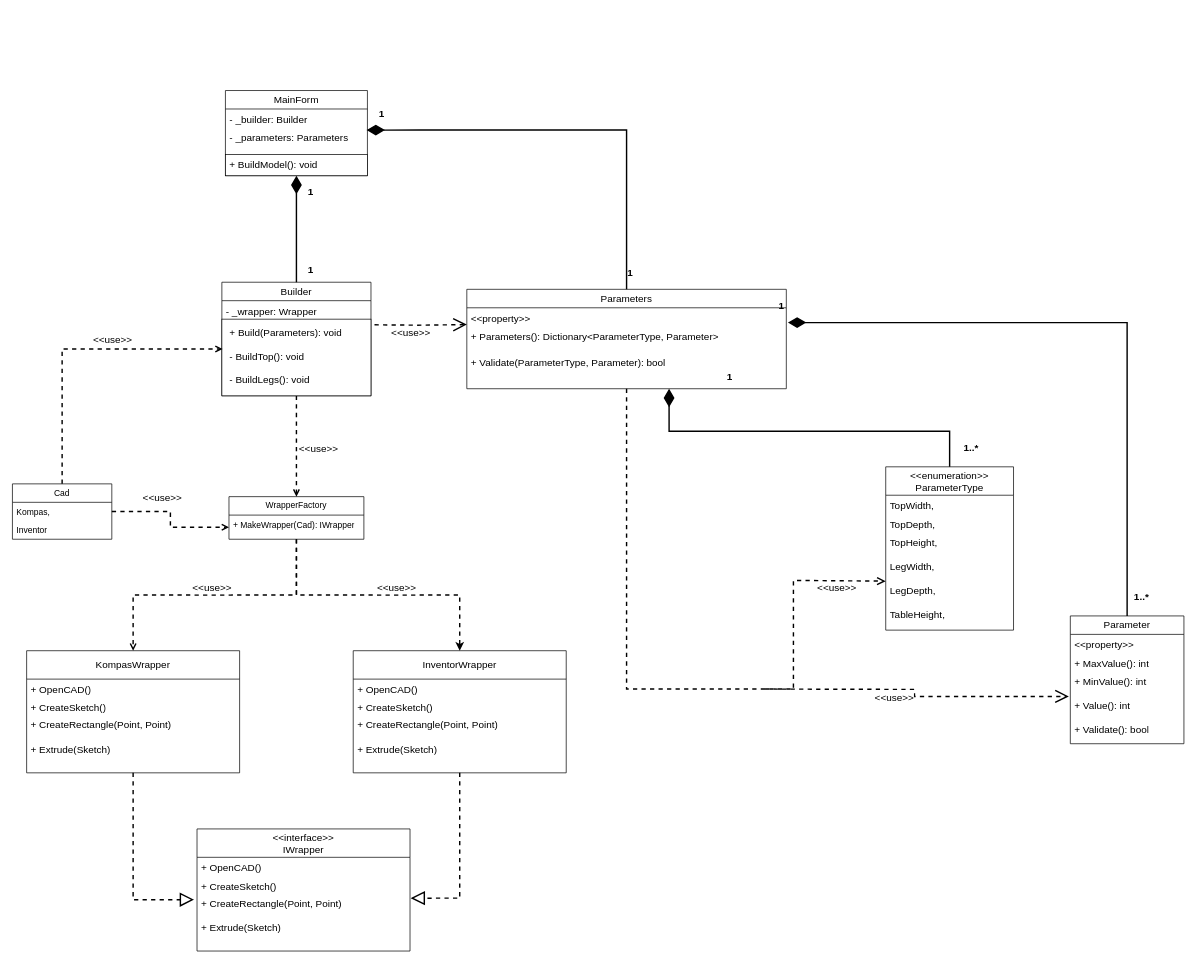
isaacparson/kompas_table_plugin keeps this draw.io diagram as docs/ПС_ДК.drawio. Above is the earlier version. Source tidied: cells renumbered, new cells numbered last; positions are measured from the earlier drawing's top-left corner, leaving out a move shared by most shapes. Both pictures are drawn from the tidied source at 71%, with x=0, y=0 at pixel (12, 90).
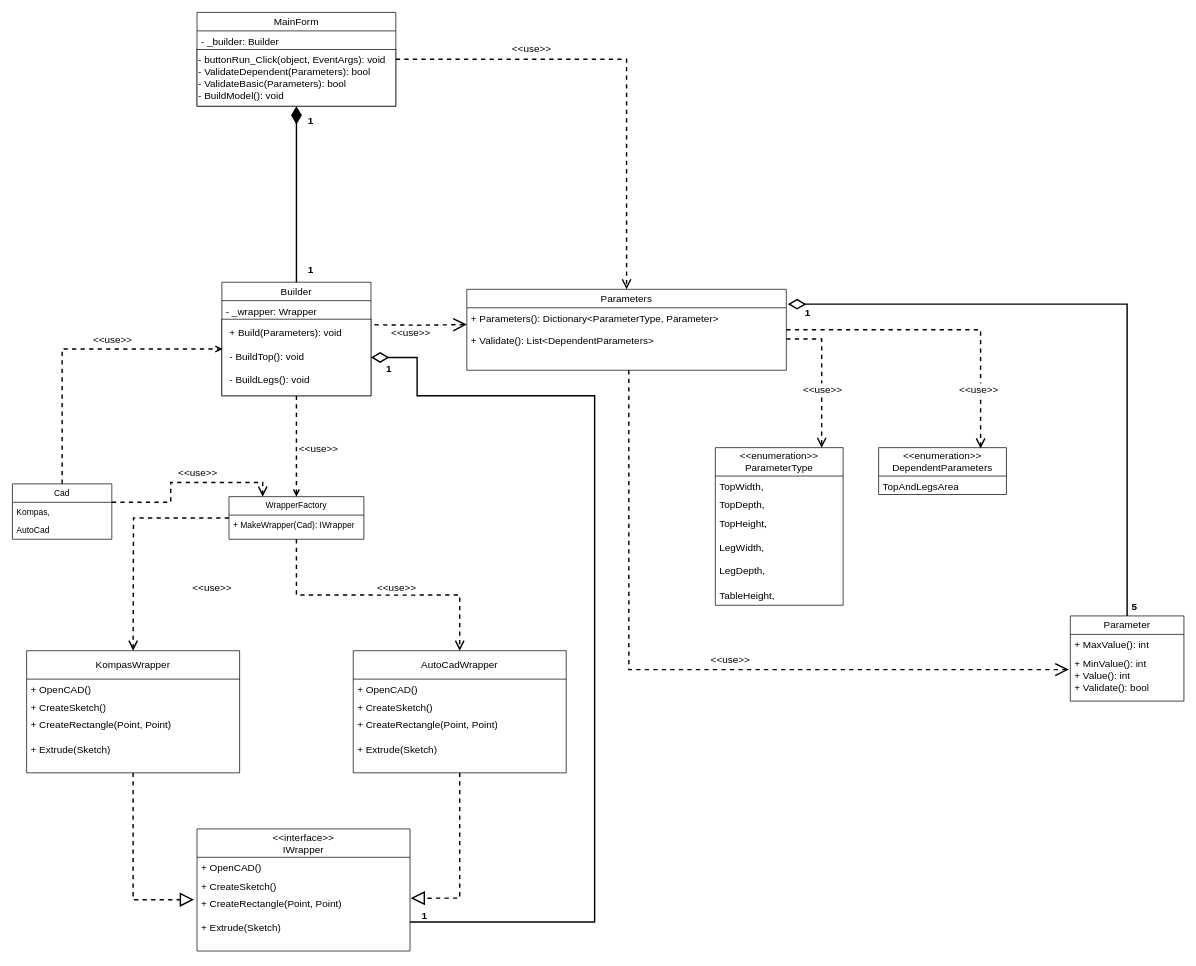
Above is the later version.

The change refers to these unchanged cells:
```xml
<mxCell id="26" style="html=1;whiteSpace=wrap;" parent="24" vertex="1">
  <mxGeometry y="52" width="210" height="108" as="geometry" />
</mxCell>
<mxCell id="34" value="+ CreateRectangle(Point, Point)&lt;div&gt;&lt;br&gt;&lt;/div&gt;&lt;div&gt;+ Extrude(Sketch)&lt;/div&gt;" style="text;strokeColor=none;fillColor=none;align=left;verticalAlign=top;spacingLeft=4;spacingRight=4;overflow=hidden;points=[[0,0.5],[1,0.5]];portConstraint=eastwest;whiteSpace=wrap;html=1;fontSize=14;" parent="31" vertex="1">
  <mxGeometry y="90" width="300" height="82" as="geometry" />
</mxCell>
<mxCell id="45" value="KompasWrapper" style="swimlane;fontStyle=0;horizontal=1;startSize=40;fillColor=none;whiteSpace=wrap;html=1;fontSize=14;" parent="1" vertex="1">
  <mxGeometry x="20" y="789" width="300" height="172" as="geometry" />
</mxCell>
<mxCell id="57" value="WrapperFactory" style="swimlane;fontStyle=0;horizontal=1;startSize=26;fillColor=none;whiteSpace=wrap;html=1;" parent="1" vertex="1">
  <mxGeometry x="305" y="572" width="190" height="60" as="geometry" />
</mxCell>
<mxCell id="58" value="+ MakeWrapper(Cad): IWrapper" style="text;strokeColor=none;fillColor=none;align=left;verticalAlign=top;spacingLeft=4;spacingRight=4;overflow=hidden;points=[[0,0.5],[1,0.5]];portConstraint=eastwest;whiteSpace=wrap;html=1;" parent="57" vertex="1">
  <mxGeometry y="26" width="190" height="34" as="geometry" />
</mxCell>
<mxCell id="59" value="Cad" style="swimlane;fontStyle=0;horizontal=1;startSize=26;fillColor=none;whiteSpace=wrap;html=1;" parent="1" vertex="1">
  <mxGeometry y="554" width="140" height="78" as="geometry" />
</mxCell>
<mxCell id="60" value="Kompas," style="text;strokeColor=none;fillColor=none;align=left;verticalAlign=top;spacingLeft=4;spacingRight=4;overflow=hidden;points=[[0,0.5],[1,0.5]];portConstraint=eastwest;whiteSpace=wrap;html=1;" parent="59" vertex="1">
  <mxGeometry y="26" width="140" height="26" as="geometry" />
</mxCell>
```

Diff of the diagram source:
```diff
@@
     <mxCell id="2" value="&amp;lt;&amp;lt;enumeration&amp;gt;&amp;gt;&lt;div style=&quot;font-size: 14px;&quot;&gt;ParameterType&lt;/div&gt;" style="swimlane;fontStyle=0;horizontal=1;startSize=40;fillColor=none;whiteSpace=wrap;html=1;labelBackgroundColor=none;fontSize=14;" parent="1" vertex="1">
-      <mxGeometry x="1230" y="530" width="180" height="230" as="geometry" />
+      <mxGeometry x="990" y="503" width="180" height="222" as="geometry" />
     </mxCell>
@@
     <mxCell id="5" value="&lt;div style=&quot;font-size: 14px;&quot;&gt;&lt;span style=&quot;background-color: initial; font-size: 14px;&quot;&gt;TopHeight,&lt;/span&gt;&lt;br style=&quot;font-size: 14px;&quot;&gt;&lt;/div&gt;&lt;div style=&quot;font-size: 14px;&quot;&gt;&lt;span style=&quot;background-color: initial; font-size: 14px;&quot;&gt;&lt;br style=&quot;font-size: 14px;&quot;&gt;&lt;/span&gt;&lt;/div&gt;&lt;div style=&quot;font-size: 14px;&quot;&gt;LegWidth,&lt;div style=&quot;font-size: 14px;&quot;&gt;&lt;br style=&quot;font-size: 14px;&quot;&gt;&lt;/div&gt;&lt;div style=&quot;font-size: 14px;&quot;&gt;LegDepth,&lt;/div&gt;&lt;/div&gt;&lt;div style=&quot;font-size: 14px;&quot;&gt;&lt;br style=&quot;font-size: 14px;&quot;&gt;&lt;/div&gt;&lt;div style=&quot;font-size: 14px;&quot;&gt;TableHeight,&lt;/div&gt;" style="text;strokeColor=none;fillColor=none;align=left;verticalAlign=top;spacingLeft=4;spacingRight=4;overflow=hidden;points=[[0,0.5],[1,0.5]];portConstraint=eastwest;whiteSpace=wrap;html=1;fontSize=14;" parent="2" vertex="1">
-      <mxGeometry y="92" width="180" height="138" as="geometry" />
+      <mxGeometry y="92" width="180" height="130" as="geometry" />
     </mxCell>
     <mxCell id="6" value="Parameter" style="swimlane;fontStyle=0;horizontal=1;startSize=26;fillColor=none;whiteSpace=wrap;html=1;fontSize=14;" parent="1" vertex="1">
-      <mxGeometry x="1490" y="740" width="160" height="180" as="geometry" />
+      <mxGeometry x="1490" y="740" width="160" height="120" as="geometry" />
     </mxCell>
-    <mxCell id="7" value="&amp;lt;&amp;lt;property&amp;gt;&amp;gt;" style="text;strokeColor=none;fillColor=none;align=left;verticalAlign=top;spacingLeft=4;spacingRight=4;overflow=hidden;whiteSpace=wrap;html=1;fontSize=14;" parent="6" vertex="1">
-      <mxGeometry y="26" width="160" height="26" as="geometry" />
-    </mxCell>
     <mxCell id="8" value="+ MaxValue(): int" style="text;strokeColor=none;fillColor=none;align=left;verticalAlign=top;spacingLeft=4;spacingRight=4;overflow=hidden;whiteSpace=wrap;html=1;fontSize=14;" parent="6" vertex="1">
-      <mxGeometry y="52" width="160" height="26" as="geometry" />
+      <mxGeometry y="26" width="160" height="26" as="geometry" />
     </mxCell>
-    <mxCell id="9" value="+ MinValue(): int&lt;div&gt;&lt;br&gt;&lt;/div&gt;&lt;div&gt;+ Value(): int&lt;/div&gt;&lt;div&gt;&lt;br&gt;&lt;/div&gt;&lt;div&gt;+ Validate(): bool&lt;/div&gt;" style="text;strokeColor=none;fillColor=none;align=left;verticalAlign=top;spacingLeft=4;spacingRight=4;overflow=hidden;points=[[0,0.5],[1,0.5]];portConstraint=eastwest;whiteSpace=wrap;html=1;fontSize=14;" parent="6" vertex="1">
-      <mxGeometry y="78" width="160" height="102" as="geometry" />
+    <mxCell id="9" value="+ MinValue(): int&lt;div&gt;+ Value(): int&lt;/div&gt;&lt;div&gt;+ Validate(): bool&lt;/div&gt;" style="text;strokeColor=none;fillColor=none;align=left;verticalAlign=top;spacingLeft=4;spacingRight=4;overflow=hidden;points=[[0,0.5],[1,0.5]];portConstraint=eastwest;whiteSpace=wrap;html=1;fontSize=14;" parent="6" vertex="1">
+      <mxGeometry y="52" width="160" height="68" as="geometry" />
     </mxCell>
-    <mxCell id="10" style="edgeStyle=orthogonalEdgeStyle;rounded=0;jettySize=auto;html=1;entryX=-0.013;entryY=0.347;entryDx=0;entryDy=0;entryPerimeter=0;fontSize=14;strokeWidth=2;dashed=1;endArrow=open;endFill=0;endSize=15;" parent="1" edge="1" target="9">
-      <mxGeometry relative="1" as="geometry">
-        <mxPoint x="1060" y="843" as="sourcePoint" />
-      </mxGeometry>
+    <mxCell id="10" style="edgeStyle=orthogonalEdgeStyle;rounded=0;jettySize=auto;html=1;entryX=-0.013;entryY=0.347;entryDx=0;entryDy=0;entryPerimeter=0;fontSize=14;strokeWidth=2;dashed=1;endArrow=open;endFill=0;endSize=15;exitX=0.507;exitY=1;exitDx=0;exitDy=0;exitPerimeter=0;" parent="1" edge="1" source="16" target="9">
+      <mxGeometry relative="1" as="geometry" />
     </mxCell>
     <mxCell id="11" value="&amp;lt;&amp;lt;use&amp;gt;&amp;gt;" style="edgeLabel;html=1;align=center;verticalAlign=middle;fontSize=14;" parent="10" vertex="1">
       <mxGeometry x="-0.27" y="-1" relative="1" as="geometry">
-        <mxPoint x="22" y="10" as="offset" />
+        <mxPoint x="143" y="27" as="offset" />
       </mxGeometry>
     </mxCell>
-    <mxCell id="12" style="edgeStyle=orthogonalEdgeStyle;rounded=0;jettySize=auto;html=1;entryX=0;entryY=0.5;entryDx=0;entryDy=0;endArrow=open;endFill=0;strokeWidth=2;dashed=1;endSize=8;startSize=6;" parent="1" edge="1" source="16" target="5">
-      <mxGeometry relative="1" as="geometry">
-        <Array as="points">
-          <mxPoint x="865" y="843" />
-          <mxPoint x="1100" y="843" />
-          <mxPoint x="1100" y="690" />
-          <mxPoint x="1230" y="690" />
-        </Array>
-      </mxGeometry>
-    </mxCell>
-    <mxCell id="13" value="&amp;lt;&amp;lt;use&amp;gt;&amp;gt;" style="edgeLabel;html=1;align=center;verticalAlign=middle;fontSize=14;" parent="1" vertex="1">
-      <mxGeometry x="1160" y="700" as="geometry" />
-    </mxCell>
     <mxCell id="14" value="Parameters" style="swimlane;fontStyle=0;horizontal=1;startSize=26;fillColor=none;whiteSpace=wrap;html=1;fontSize=14;" parent="1" vertex="1">
-      <mxGeometry x="640" y="280" width="450" height="140" as="geometry" />
+      <mxGeometry x="640" y="280" width="450" height="114" as="geometry" />
     </mxCell>
-    <mxCell id="15" value="&amp;lt;&amp;lt;property&amp;gt;&amp;gt;" style="text;strokeColor=none;fillColor=none;align=left;verticalAlign=top;spacingLeft=4;spacingRight=4;overflow=hidden;whiteSpace=wrap;html=1;fontSize=14;" parent="14" vertex="1">
-      <mxGeometry y="26" width="450" height="26" as="geometry" />
-    </mxCell>
     <mxCell id="16" value="+ Parameters(): Dictionary&amp;lt;ParameterType, Parameter&amp;gt;" style="text;strokeColor=none;fillColor=none;align=left;verticalAlign=top;spacingLeft=4;spacingRight=4;overflow=hidden;points=[[0,0.5],[1,0.5]];portConstraint=eastwest;whiteSpace=wrap;html=1;fontSize=14;" parent="14" vertex="1">
-      <mxGeometry y="52" width="450" height="88" as="geometry" />
+      <mxGeometry y="26" width="450" height="88" as="geometry" />
     </mxCell>
-    <mxCell id="17" style="edgeStyle=orthogonalEdgeStyle;rounded=0;jettySize=auto;html=1;entryX=0.633;entryY=1;entryDx=0;entryDy=0;entryPerimeter=0;endArrow=diamondThin;endFill=1;endSize=20;strokeWidth=2;" parent="1" edge="1" source="2" target="16">
-      <mxGeometry relative="1" as="geometry" />
-    </mxCell>
-    <mxCell id="18" style="edgeStyle=orthogonalEdgeStyle;rounded=0;jettySize=auto;html=1;entryX=1.005;entryY=-0.058;entryDx=0;entryDy=0;entryPerimeter=0;strokeWidth=2;endArrow=diamondThin;endFill=1;endSize=20;" parent="1" edge="1" source="6" target="16">
+    <mxCell id="18" style="edgeStyle=orthogonalEdgeStyle;rounded=0;jettySize=auto;html=1;entryX=1.005;entryY=-0.058;entryDx=0;entryDy=0;entryPerimeter=0;strokeWidth=2;endArrow=diamondThin;endFill=0;endSize=20;" parent="1" edge="1" source="6" target="16">
       <mxGeometry relative="1" as="geometry" />
     </mxCell>
-    <mxCell id="19" value="1..*" style="text;align=center;fontStyle=1;verticalAlign=middle;spacingLeft=3;spacingRight=3;strokeColor=none;html=1;fontSize=14;" parent="1" vertex="1">
-      <mxGeometry x="1550" y="700" width="80" height="26" as="geometry" />
+    <mxCell id="19" value="5" style="text;align=center;fontStyle=1;verticalAlign=middle;spacingLeft=3;spacingRight=3;strokeColor=none;html=1;fontSize=14;" parent="1" vertex="1">
+      <mxGeometry x="1540" y="714" width="80" height="26" as="geometry" />
     </mxCell>
     <mxCell id="20" value="1" style="text;align=center;fontStyle=1;verticalAlign=middle;spacingLeft=3;spacingRight=3;strokeColor=none;html=1;fontSize=14;" parent="1" vertex="1">
-      <mxGeometry x="1043" y="290" width="80" height="26" as="geometry" />
+      <mxGeometry x="1080" y="300" width="80" height="26" as="geometry" />
     </mxCell>
-    <mxCell id="21" value="1..*" style="text;align=center;fontStyle=1;verticalAlign=middle;spacingLeft=3;spacingRight=3;strokeColor=none;html=1;fontSize=14;" parent="1" vertex="1">
-      <mxGeometry x="1310" y="490" width="80" height="26" as="geometry" />
-    </mxCell>
-    <mxCell id="22" value="1" style="text;align=center;fontStyle=1;verticalAlign=middle;spacingLeft=3;spacingRight=3;strokeColor=none;html=1;fontSize=14;" parent="1" vertex="1">
-      <mxGeometry x="970" y="390" width="80" height="26" as="geometry" />
-    </mxCell>
@@
-    <mxCell id="30" style="edgeStyle=orthogonalEdgeStyle;rounded=0;jettySize=auto;html=1;entryX=0.994;entryY=0.098;entryDx=0;entryDy=0;entryPerimeter=0;strokeWidth=2;endArrow=diamondThin;endFill=1;endSize=20;" parent="1" edge="1" source="14" target="38">
-      <mxGeometry relative="1" as="geometry" />
-    </mxCell>
@@
+    <mxCell id="69" style="edgeStyle=orthogonalEdgeStyle;rounded=0;jettySize=auto;html=1;entryX=1;entryY=0.5;entryDx=0;entryDy=0;exitX=1;exitY=0.5;exitDx=0;exitDy=0;startArrow=diamondThin;startFill=0;endArrow=none;endFill=0;endSize=11;targetPerimeterSpacing=0;strokeWidth=2;sourcePerimeterSpacing=0;startSize=20;" parent="1" edge="1" source="26" target="34">
+      <mxGeometry relative="1" as="geometry">
+        <Array as="points">
+          <mxPoint x="570" y="376" />
+          <mxPoint x="570" y="430" />
+          <mxPoint x="820" y="430" />
+          <mxPoint x="820" y="1171" />
+        </Array>
+      </mxGeometry>
+    </mxCell>
@@
+    <mxCell id="70" style="edgeStyle=orthogonalEdgeStyle;rounded=0;jettySize=auto;html=1;entryX=0.5;entryY=0;entryDx=0;entryDy=0;strokeWidth=2;dashed=1;endArrow=open;endFill=0;endSize=10;" parent="1" edge="1" source="36" target="14">
+      <mxGeometry relative="1" as="geometry" />
+    </mxCell>
     <mxCell id="36" value="MainForm" style="swimlane;fontStyle=0;horizontal=1;startSize=26;fillColor=none;whiteSpace=wrap;html=1;fontSize=14;" parent="1" vertex="1">
-      <mxGeometry x="300" width="200" height="120" as="geometry" />
+      <mxGeometry x="260" y="-110" width="280" height="132" as="geometry" />
     </mxCell>
     <mxCell id="37" value="- _builder: Builder" style="text;strokeColor=none;fillColor=none;align=left;verticalAlign=top;spacingLeft=4;spacingRight=4;overflow=hidden;whiteSpace=wrap;html=1;fontSize=14;" parent="36" vertex="1">
-      <mxGeometry y="26" width="200" height="26" as="geometry" />
+      <mxGeometry y="26" width="280" height="26" as="geometry" />
     </mxCell>
-    <mxCell id="38" value="- _parameters: Parameters" style="text;strokeColor=none;fillColor=none;align=left;verticalAlign=top;spacingLeft=4;spacingRight=4;overflow=hidden;points=[[0,0.5],[1,0.5]];portConstraint=eastwest;whiteSpace=wrap;html=1;fontSize=14;" parent="36" vertex="1">
-      <mxGeometry y="52" width="200" height="38" as="geometry" />
-    </mxCell>
-    <mxCell id="39" value="&amp;nbsp;+ BuildModel(): void" style="html=1;whiteSpace=wrap;align=left;fontSize=14;" parent="36" vertex="1">
-      <mxGeometry y="90" width="200" height="30" as="geometry" />
+    <mxCell id="39" value="-&amp;nbsp;buttonRun_Click(object, EventArgs): void&lt;br&gt;-&amp;nbsp;ValidateDependent(Parameters): bool&lt;div&gt;- ValidateBasic(Parameters): bool&lt;br&gt;- BuildModel(): void&lt;/div&gt;" style="html=1;whiteSpace=wrap;align=left;fontSize=14;" parent="36" vertex="1">
+      <mxGeometry y="52" width="280" height="80" as="geometry" />
     </mxCell>
-    <mxCell id="40" value="1" style="text;align=center;fontStyle=1;verticalAlign=middle;spacingLeft=3;spacingRight=3;strokeColor=none;html=1;fontSize=14;" parent="1" vertex="1">
-      <mxGeometry x="480" y="20" width="80" height="26" as="geometry" />
-    </mxCell>
-    <mxCell id="41" value="1" style="text;align=center;fontStyle=1;verticalAlign=middle;spacingLeft=3;spacingRight=3;strokeColor=none;html=1;fontSize=14;" parent="1" vertex="1">
-      <mxGeometry x="830" y="244" width="80" height="26" as="geometry" />
-    </mxCell>
@@
     <mxCell id="43" value="1" style="text;align=center;fontStyle=1;verticalAlign=middle;spacingLeft=3;spacingRight=3;strokeColor=none;html=1;fontSize=14;" parent="1" vertex="1">
-      <mxGeometry x="380" y="130" width="80" height="26" as="geometry" />
+      <mxGeometry x="380" y="30" width="80" height="26" as="geometry" />
     </mxCell>
-    <mxCell id="44" value="&lt;div&gt;&lt;br&gt;&lt;/div&gt;+ Validate(ParameterType, Parameter): bool" style="text;strokeColor=none;fillColor=none;align=left;verticalAlign=top;spacingLeft=4;spacingRight=4;overflow=hidden;whiteSpace=wrap;html=1;fontSize=14;" parent="1" vertex="1">
-      <mxGeometry x="640" y="351" width="290" height="54" as="geometry" />
+    <mxCell id="44" value="&lt;div&gt;&lt;br&gt;&lt;/div&gt;+ Validate(): List&amp;lt;DependentParameters&amp;gt;" style="text;strokeColor=none;fillColor=none;align=left;verticalAlign=top;spacingLeft=4;spacingRight=4;overflow=hidden;whiteSpace=wrap;html=1;fontSize=14;" parent="1" vertex="1">
+      <mxGeometry x="640" y="320" width="290" height="85" as="geometry" />
     </mxCell>
@@
-    <mxCell id="49" value="InventorWrapper" style="swimlane;fontStyle=0;horizontal=1;startSize=40;fillColor=none;whiteSpace=wrap;html=1;fontSize=14;" parent="1" vertex="1">
+    <mxCell id="49" value="AutoCadWrapper" style="swimlane;fontStyle=0;horizontal=1;startSize=40;fillColor=none;whiteSpace=wrap;html=1;fontSize=14;" parent="1" vertex="1">
       <mxGeometry x="480" y="789" width="300" height="172" as="geometry" />
     </mxCell>
@@
-    <mxCell id="55" style="edgeStyle=orthogonalEdgeStyle;rounded=0;jettySize=auto;html=1;entryX=0.5;entryY=0;entryDx=0;entryDy=0;strokeWidth=2;dashed=1;" parent="1" edge="1" source="57" target="49">
+    <mxCell id="55" style="edgeStyle=orthogonalEdgeStyle;rounded=0;jettySize=auto;html=1;entryX=0.5;entryY=0;entryDx=0;entryDy=0;strokeWidth=2;dashed=1;endArrow=open;endFill=0;endSize=10;" parent="1" edge="1" source="57" target="49">
       <mxGeometry relative="1" as="geometry" />
     </mxCell>
-    <mxCell id="56" style="edgeStyle=orthogonalEdgeStyle;rounded=0;jettySize=auto;html=1;entryX=0.5;entryY=0;entryDx=0;entryDy=0;strokeWidth=2;dashed=1;endArrow=open;endFill=0;" parent="1" edge="1" source="57" target="45">
-      <mxGeometry relative="1" as="geometry" />
+    <mxCell id="56" style="edgeStyle=orthogonalEdgeStyle;rounded=0;jettySize=auto;html=1;strokeWidth=2;dashed=1;endArrow=open;endFill=0;endSize=10;" parent="1" edge="1" source="57">
+      <mxGeometry relative="1" as="geometry">
+        <mxPoint x="170" y="789" as="targetPoint" />
+      </mxGeometry>
     </mxCell>
@@
-    <mxCell id="61" value="Inventor" style="text;strokeColor=none;fillColor=none;align=left;verticalAlign=top;spacingLeft=4;spacingRight=4;overflow=hidden;whiteSpace=wrap;html=1;" parent="59" vertex="1">
+    <mxCell id="61" value="AutoCad" style="text;strokeColor=none;fillColor=none;align=left;verticalAlign=top;spacingLeft=4;spacingRight=4;overflow=hidden;whiteSpace=wrap;html=1;" parent="59" vertex="1">
       <mxGeometry y="52" width="140" height="26" as="geometry" />
     </mxCell>
@@
-    <mxCell id="64" style="edgeStyle=orthogonalEdgeStyle;rounded=0;jettySize=auto;html=1;entryX=0;entryY=0.5;entryDx=0;entryDy=0;strokeWidth=2;dashed=1;endArrow=open;endFill=0;" parent="1" edge="1" source="60" target="58">
-      <mxGeometry relative="1" as="geometry" />
+    <mxCell id="64" style="edgeStyle=orthogonalEdgeStyle;rounded=0;jettySize=auto;html=1;entryX=0.25;entryY=0;entryDx=0;entryDy=0;strokeWidth=2;dashed=1;endArrow=open;endFill=0;endSize=10;" parent="1" edge="1" source="60" target="57">
+      <mxGeometry relative="1" as="geometry">
+        <Array as="points">
+          <mxPoint x="223" y="580" />
+          <mxPoint x="223" y="552" />
+          <mxPoint x="353" y="552" />
+        </Array>
+      </mxGeometry>
     </mxCell>
     <mxCell id="65" value="&amp;lt;&amp;lt;use&amp;gt;&amp;gt;" style="edgeLabel;html=1;align=center;verticalAlign=middle;fontSize=14;" parent="1" vertex="1">
-      <mxGeometry x="580" y="360" as="geometry">
+      <mxGeometry x="630" y="326" as="geometry">
         <mxPoint x="-370" y="212" as="offset" />
       </mxGeometry>
     </mxCell>
@@
+    <mxCell id="71" value="&amp;lt;&amp;lt;use&amp;gt;&amp;gt;" style="edgeLabel;html=1;align=center;verticalAlign=middle;fontSize=14;" parent="1" vertex="1">
+      <mxGeometry x="730" y="-60" as="geometry" />
+    </mxCell>
+    <mxCell id="72" value="1" style="text;align=center;fontStyle=1;verticalAlign=middle;spacingLeft=3;spacingRight=3;strokeColor=none;html=1;fontSize=14;" parent="1" vertex="1">
+      <mxGeometry x="490" y="379" width="80" height="26" as="geometry" />
+    </mxCell>
+    <mxCell id="73" value="1" style="text;align=center;fontStyle=1;verticalAlign=middle;spacingLeft=3;spacingRight=3;strokeColor=none;html=1;fontSize=14;" parent="1" vertex="1">
+      <mxGeometry x="540" y="1150" width="80" height="26" as="geometry" />
+    </mxCell>
+    <mxCell id="74" value="&amp;lt;&amp;lt;enumeration&amp;gt;&amp;gt;&lt;div style=&quot;font-size: 14px;&quot;&gt;&lt;span style=&quot;text-align: left;&quot;&gt;DependentParameters&lt;/span&gt;&lt;/div&gt;" style="swimlane;fontStyle=0;horizontal=1;startSize=40;fillColor=none;whiteSpace=wrap;html=1;labelBackgroundColor=none;fontSize=14;" parent="1" vertex="1">
+      <mxGeometry x="1220" y="503" width="180" height="66" as="geometry" />
+    </mxCell>
+    <mxCell id="75" value="TopAndLegsArea" style="text;strokeColor=none;fillColor=none;align=left;verticalAlign=top;spacingLeft=4;spacingRight=4;overflow=hidden;whiteSpace=wrap;html=1;fontSize=14;" parent="74" vertex="1">
+      <mxGeometry y="40" width="180" height="26" as="geometry" />
+    </mxCell>
+    <mxCell id="76" style="edgeStyle=orthogonalEdgeStyle;rounded=0;jettySize=auto;html=1;entryX=0.832;entryY=0.001;entryDx=0;entryDy=0;dashed=1;strokeWidth=2;endArrow=open;endFill=0;endSize=10;entryPerimeter=0;" parent="1" edge="1" source="16" target="2">
+      <mxGeometry relative="1" as="geometry" />
+    </mxCell>
+    <mxCell id="77" value="&amp;lt;&amp;lt;use&amp;gt;&amp;gt;" style="edgeLabel;html=1;align=center;verticalAlign=middle;fontSize=14;" parent="1" vertex="1">
+      <mxGeometry x="1140" y="420" as="geometry" />
+    </mxCell>
+    <mxCell id="78" style="edgeStyle=orthogonalEdgeStyle;rounded=0;jettySize=auto;html=1;entryX=0.798;entryY=0.019;entryDx=0;entryDy=0;entryPerimeter=0;strokeWidth=2;dashed=1;endArrow=open;endFill=0;endSize=10;" parent="1" edge="1" source="14" target="74">
+      <mxGeometry relative="1" as="geometry" />
+    </mxCell>
+    <mxCell id="79" value="&amp;lt;&amp;lt;use&amp;gt;&amp;gt;" style="edgeLabel;html=1;align=center;verticalAlign=middle;fontSize=14;" parent="1" vertex="1">
+      <mxGeometry x="1360" y="420" as="geometry" />
+    </mxCell>
```
